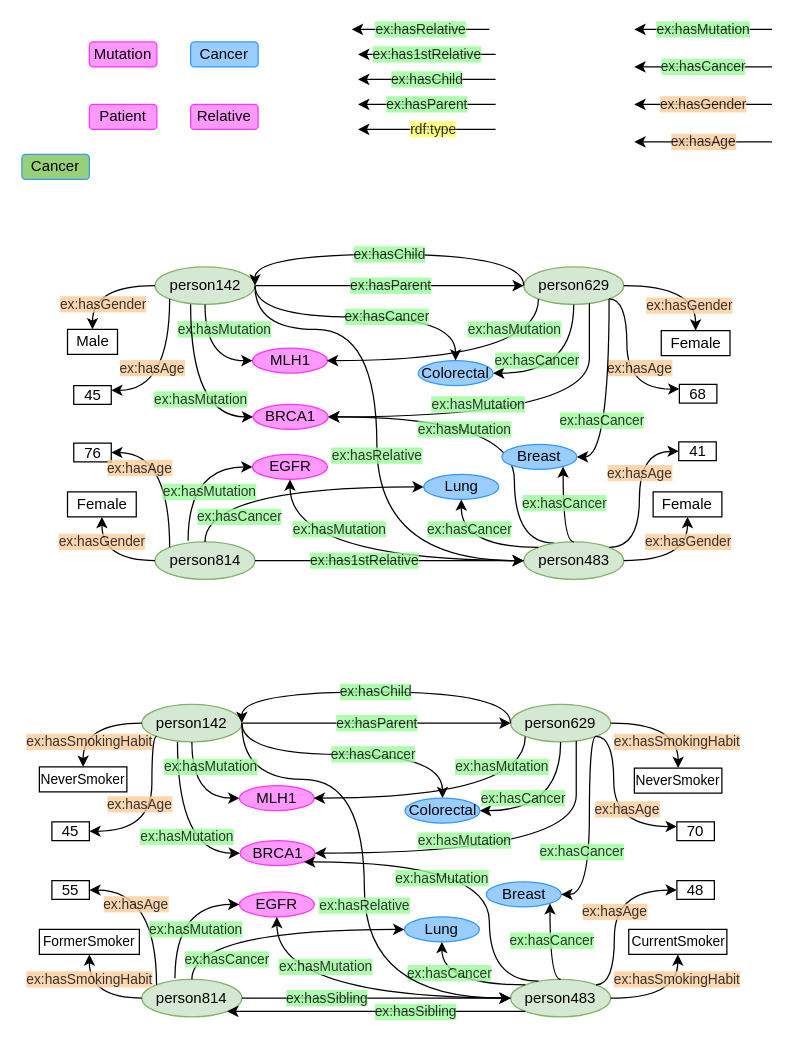
Before: Untitled Diagram.drawio in jason-huanghao/drawio_graphs, a draw.io diagram. Source tidied: cells renumbered, new cells numbered last; positions are measured from the earlier drawing's top-left corner, leaving out a move shared by most shapes. Both pictures are drawn from the tidied source at 125%, with x=0, y=0 at pixel (21, 29).
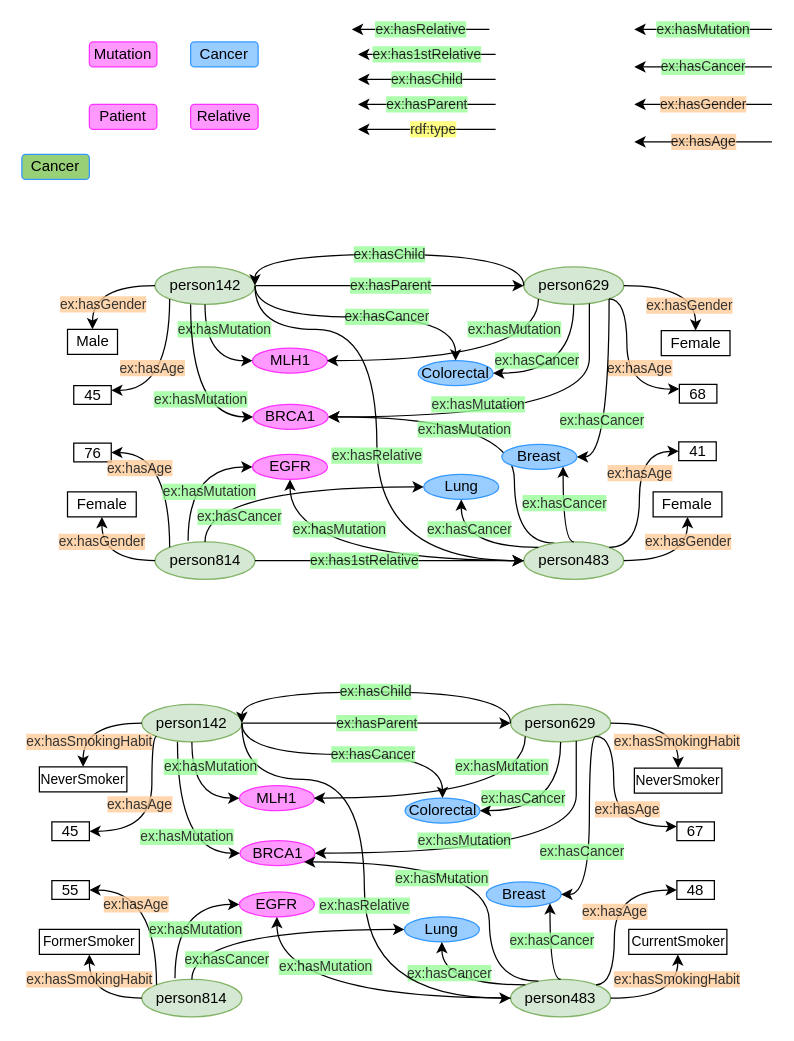
After the change.

The change refers to these unchanged cells:
```xml
<mxCell id="67" value="person483" style="ellipse;whiteSpace=wrap;html=1;fillColor=#d5e8d4;strokeColor=#82b366;" parent="1" vertex="1">
  <mxGeometry x="391" y="760" width="80" height="30" as="geometry" />
</mxCell>
<mxCell id="68" value="person814" style="ellipse;whiteSpace=wrap;html=1;fillColor=#d5e8d4;strokeColor=#82b366;" parent="1" vertex="1">
  <mxGeometry x="96" y="760" width="80" height="30" as="geometry" />
</mxCell>
```

The edit, as a diff of the source:
```diff
@@
-    <mxCell id="69" value="70" style="rounded=0;whiteSpace=wrap;html=1;" parent="1" vertex="1">
+    <mxCell id="69" value="67" style="rounded=0;whiteSpace=wrap;html=1;" parent="1" vertex="1">
       <mxGeometry x="524" y="634" width="30" height="15" as="geometry" />
     </mxCell>
@@
-    <mxCell id="94" value="ex:hasSibling" style="edgeStyle=orthogonalEdgeStyle;rounded=0;jettySize=auto;html=1;exitX=1;exitY=0.5;exitDx=0;exitDy=0;curved=1;labelBackgroundColor=#99FF99;entryX=0;entryY=0.5;entryDx=0;entryDy=0;textOpacity=80;" parent="1" edge="1" source="68" target="67">
-      <mxGeometry x="-0.37" relative="1" as="geometry" />
-    </mxCell>
@@
-    <mxCell id="102" value="ex:hasSibling" style="edgeStyle=orthogonalEdgeStyle;rounded=0;jettySize=auto;html=1;exitX=0;exitY=1;exitDx=0;exitDy=0;curved=1;labelBackgroundColor=#99FF99;entryX=1;entryY=1;entryDx=0;entryDy=0;textOpacity=80;" parent="1" edge="1" source="67" target="68">
-      <mxGeometry x="-0.26" relative="1" as="geometry" />
-    </mxCell>
```
